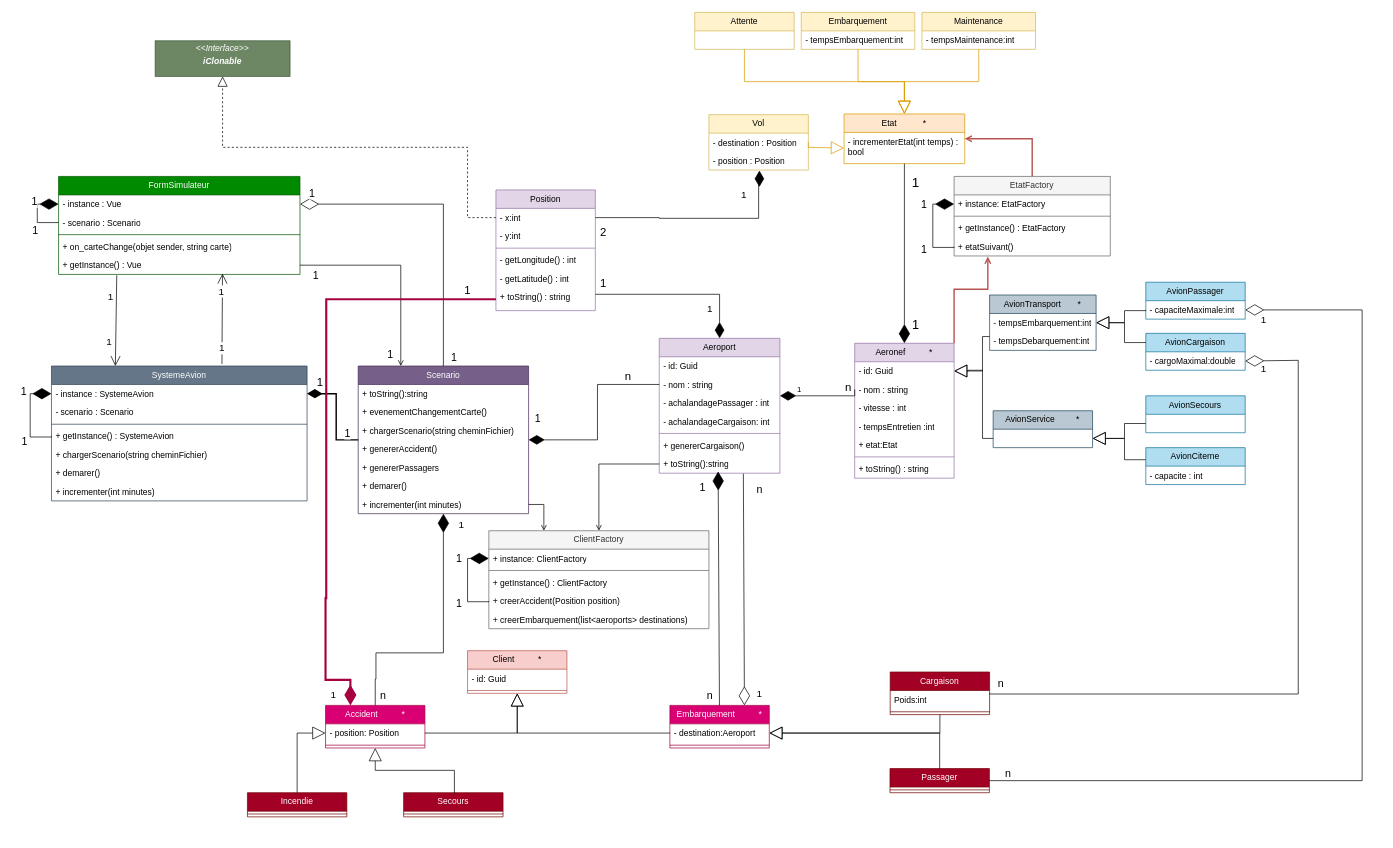
Above: AviyonsSimulateur.drawio in felixcharbonneau/Echec (draw.io), before the change. Source tidied: cells renumbered, new cells numbered last; positions are measured from the earlier drawing's top-left corner, leaving out a move shared by most shapes. Both pictures are drawn from the tidied source at 71%, with x=0, y=0 at pixel (30, 12).
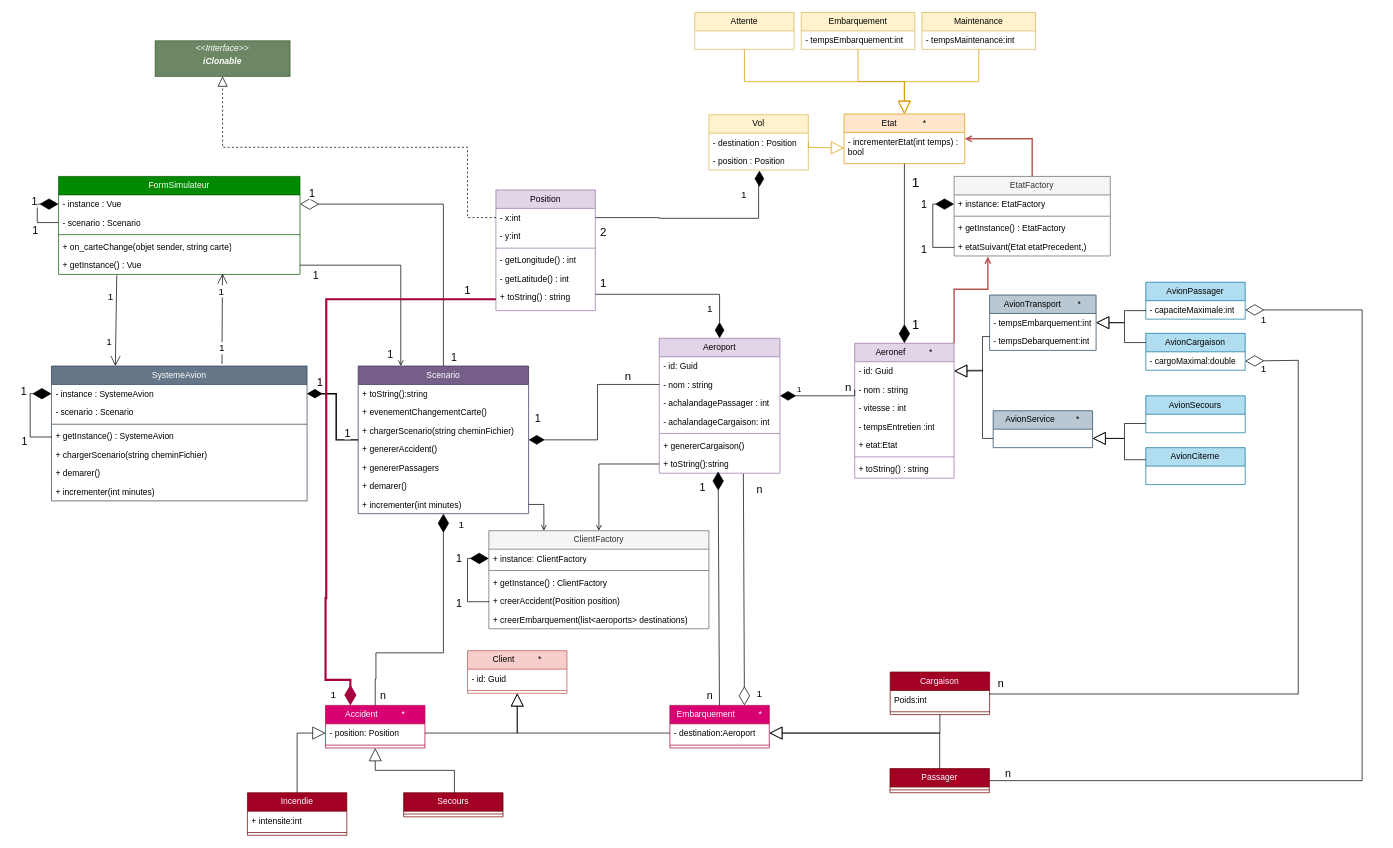
The same diagram, later.

The change refers to these unchanged cells:
```xml
<mxCell id="69" value="AvionCiterne" style="swimlane;fontStyle=0;horizontal=1;startSize=26;fillColor=#b1ddf0;whiteSpace=wrap;html=1;strokeColor=#10739e;" parent="1" vertex="1">
  <mxGeometry x="1571.3" y="613" width="140" height="52" as="geometry" />
</mxCell>
<mxCell id="114" value="EtatFactory" style="swimlane;fontStyle=0;horizontal=1;startSize=26;fillColor=#f5f5f5;whiteSpace=wrap;html=1;fontColor=#333333;strokeColor=#666666;" parent="1" vertex="1">
  <mxGeometry x="1301.3" y="231" width="220" height="112" as="geometry" />
</mxCell>
<mxCell id="115" value="+ instance: EtatFactory" style="text;strokeColor=none;fillColor=none;align=left;verticalAlign=top;spacingLeft=4;spacingRight=4;overflow=hidden;points=[[0,0.5],[1,0.5]];portConstraint=eastwest;whiteSpace=wrap;html=1;" parent="114" vertex="1">
  <mxGeometry y="26" width="220" height="26" as="geometry" />
</mxCell>
```

What changed in the source:
```diff
@@
-    <mxCell id="70" value="- capacite : int" style="text;strokeColor=none;fillColor=none;align=left;verticalAlign=top;spacingLeft=4;spacingRight=4;overflow=hidden;whiteSpace=wrap;html=1;" parent="69" vertex="1">
-      <mxGeometry y="26" width="140" height="26" as="geometry" />
-    </mxCell>
@@
     <mxCell id="118" style="endArrow=diamondThin;endFill=1;endSize=24;html=1;rounded=0;exitX=0;exitY=0.5;exitDx=0;exitDy=0;edgeStyle=orthogonalEdgeStyle;entryX=0;entryY=0.5;entryDx=0;entryDy=0;" parent="114" edge="1" source="121" target="115">
       <mxGeometry relative="1" as="geometry">
         <Array as="points">
-          <mxPoint y="100" />
           <mxPoint x="-30" y="100" />
           <mxPoint x="-30" y="39" />
         </Array>
       </mxGeometry>
     </mxCell>
@@
-    <mxCell id="121" value="+ etatSuivant()" style="text;strokeColor=none;fillColor=none;align=left;verticalAlign=top;spacingLeft=4;spacingRight=4;overflow=hidden;points=[[0,0.5],[1,0.5]];portConstraint=eastwest;whiteSpace=wrap;html=1;" parent="114" vertex="1">
+    <mxCell id="121" value="+ etatSuivant(Etat etatPrecedent,)" style="text;strokeColor=none;fillColor=none;align=left;verticalAlign=top;spacingLeft=4;spacingRight=4;overflow=hidden;points=[[0,0.5],[1,0.5]];portConstraint=eastwest;whiteSpace=wrap;html=1;" parent="114" vertex="1">
       <mxGeometry y="86" width="220" height="26" as="geometry" />
     </mxCell>
@@
     <mxCell id="126" value="Incendie" style="swimlane;fontStyle=0;horizontal=1;startSize=26;fillColor=#a20025;whiteSpace=wrap;html=1;strokeColor=#6F0000;fontColor=#ffffff;" parent="1" vertex="1">
-      <mxGeometry x="306" y="1099" width="140" height="34" as="geometry" />
+      <mxGeometry x="306" y="1099" width="140" height="60" as="geometry" />
     </mxCell>
+    <mxCell id="179" value="+ intensite:int" style="text;strokeColor=none;fillColor=none;align=left;verticalAlign=top;spacingLeft=4;spacingRight=4;overflow=hidden;whiteSpace=wrap;html=1;" parent="126" vertex="1">
+      <mxGeometry y="26" width="140" height="26" as="geometry" />
+    </mxCell>
     <mxCell id="127" style="line;strokeWidth=1;fillColor=none;align=left;verticalAlign=middle;spacingTop=-1;spacingLeft=3;spacingRight=3;labelPosition=right;strokeColor=inherit;" parent="126" vertex="1">
-      <mxGeometry y="26" width="140" height="8" as="geometry" />
+      <mxGeometry y="52" width="140" height="8" as="geometry" />
     </mxCell>
```
